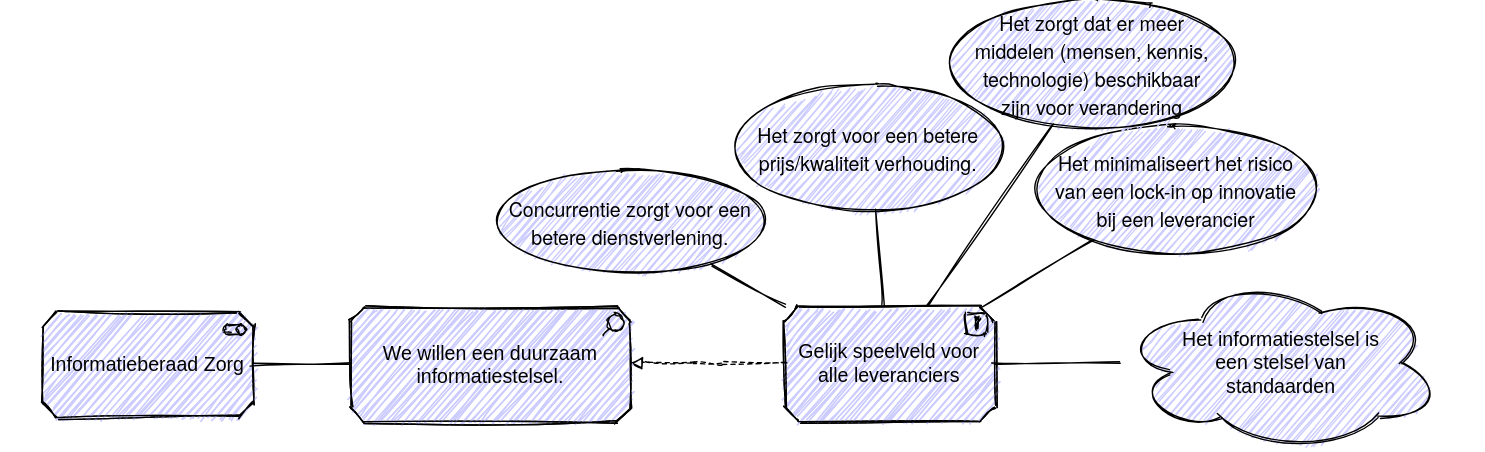
The draw.io diagram .gitbook/assets/motivation/levelplayingfield.svg in dizra/docs, before a commit. Source tidied: cells renumbered, new cells last; positions are measured from the earlier drawing's top-left corner, leaving out a move shared by most shapes.
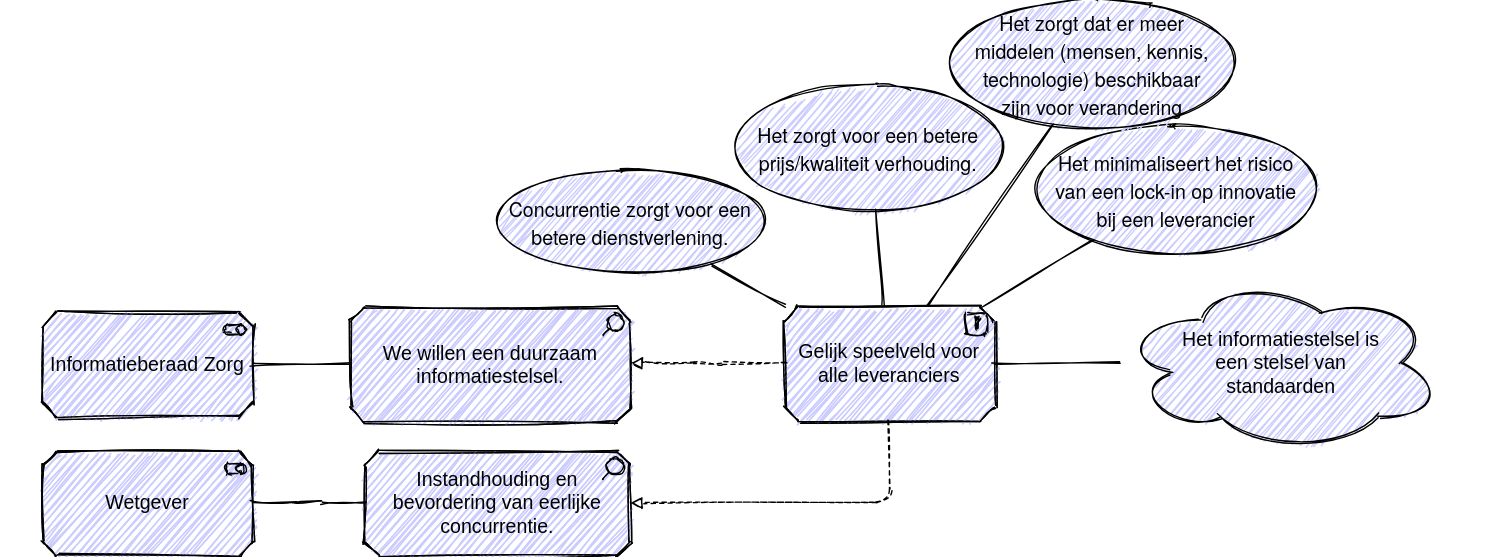
After the commit.

What changed in the source:
```diff
@@ -50,5 +50,21 @@
     <mxCell id="17" style="rounded=0;whiteSpace=wrap;html=1;fillColor=none;strokeColor=none;sketch=1;" parent="1" vertex="1">
       <mxGeometry y="210" width="1060" height="60" as="geometry" />
     </mxCell>
+    <mxCell id="18" value="Instandhouding en bevordering van eerlijke concurrentie." style="html=1;outlineConnect=0;whiteSpace=wrap;fillColor=#CCCCFF;shape=mxgraph.archimate3.application;appType=assess;archiType=oct;fontSize=14;sketch=1;" parent="1" vertex="1">
+      <mxGeometry x="260" y="321.9" width="190" height="75" as="geometry" />
+    </mxCell>
+    <mxCell id="19" style="edgeStyle=elbowEdgeStyle;html=1;endArrow=block;elbow=vertical;endFill=0;dashed=1;fontSize=14;sketch=1;" parent="1" edge="1" source="2" target="18">
+      <mxGeometry relative="1" as="geometry">
+        <Array as="points">
+          <mxPoint x="500" y="359" />
+        </Array>
+      </mxGeometry>
+    </mxCell>
+    <mxCell id="20" value="Wetgever" style="html=1;outlineConnect=0;whiteSpace=wrap;fillColor=#CCCCFF;shape=mxgraph.archimate3.application;appType=role;archiType=oct;sketch=1;fontSize=14;" parent="1" vertex="1">
+      <mxGeometry x="30" y="321.9" width="150" height="75" as="geometry" />
+    </mxCell>
+    <mxCell id="21" style="edgeStyle=elbowEdgeStyle;html=1;endArrow=none;elbow=vertical;fontSize=14;sketch=1;" parent="1" edge="1" source="20" target="18">
+      <mxGeometry relative="1" as="geometry" />
+    </mxCell>
   </root>
 </mxGraphModel>
```
